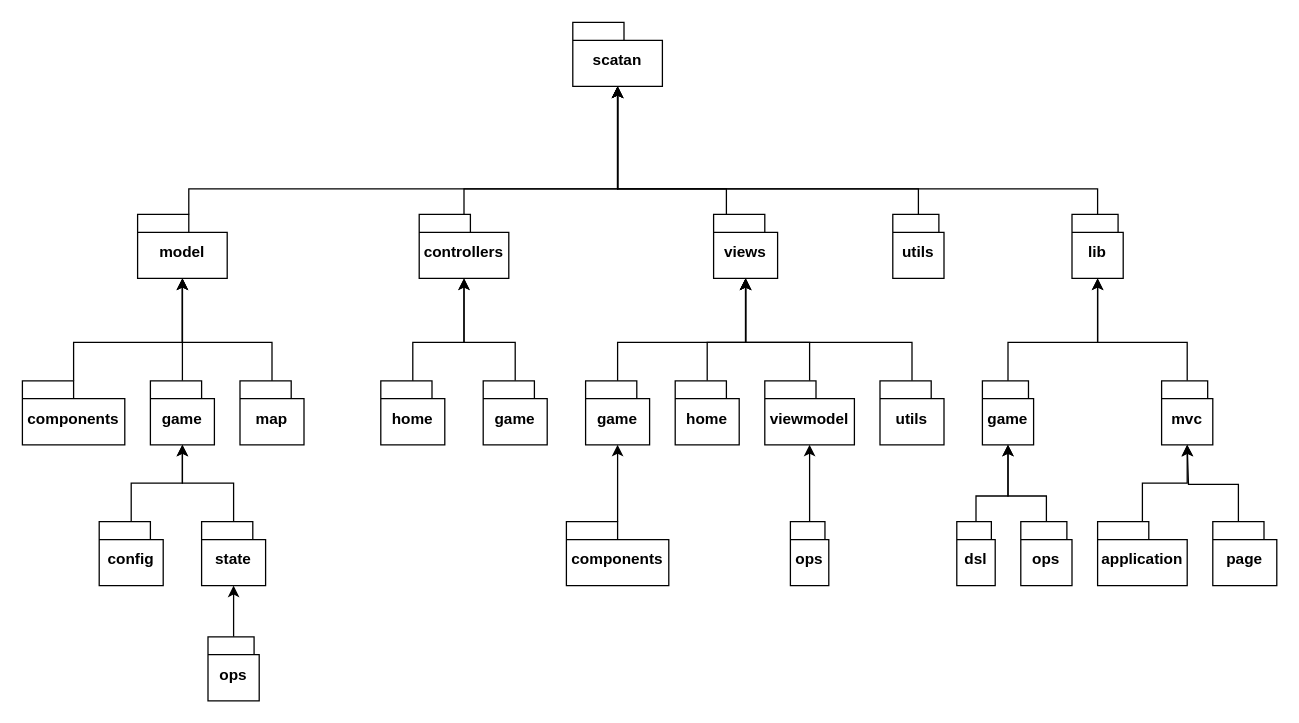
The draw.io diagram page "Packages" (4 of 7) of scatan.drawio in zucchero-sintattico/pps-22-scatan, before the edit. Source tidied: cells renumbered, new cells numbered last; positions are measured from the earlier drawing's top-left corner, leaving out a move shared by most shapes. Both pictures are drawn from the tidied source at 128%, with x=0, y=0 at pixel (22, 22).
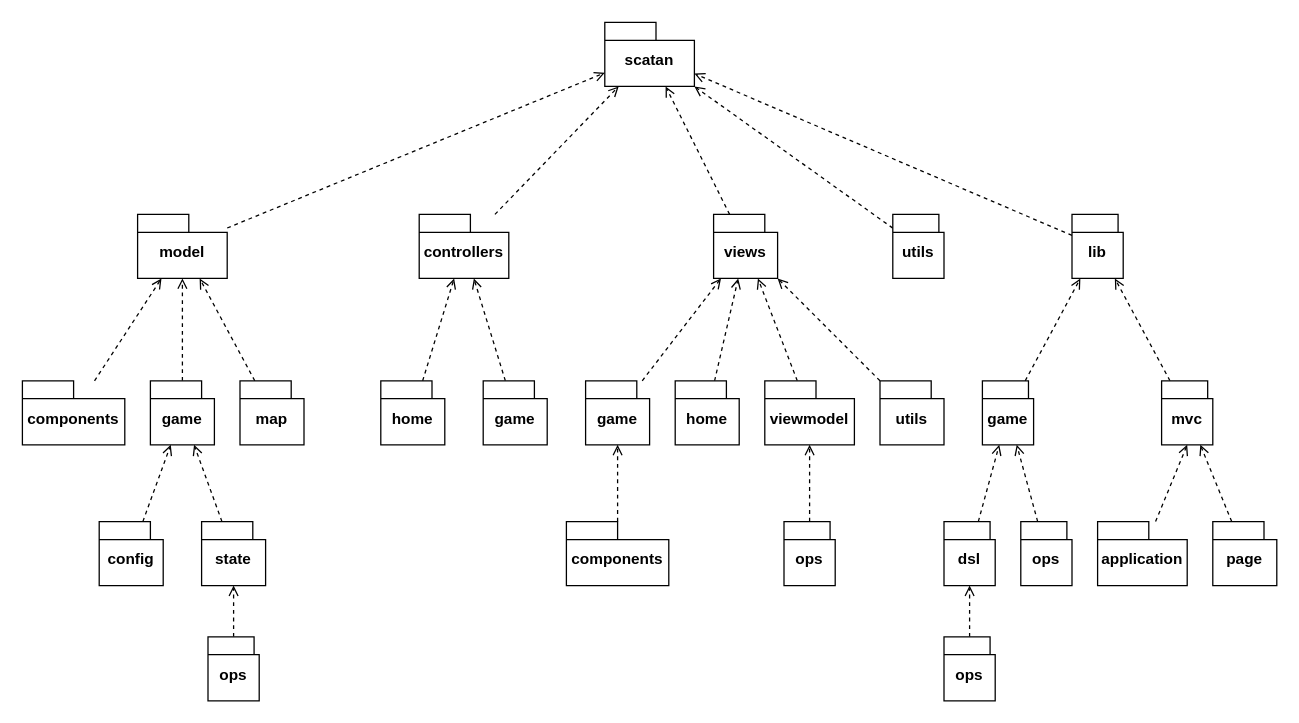
The same diagram, later.

The change refers to these unchanged cells:
```xml
<mxCell id="3" value="model" style="shape=folder;fontStyle=1;spacingTop=10;tabWidth=40;tabHeight=14;tabPosition=left;html=1;whiteSpace=wrap;" parent="1" vertex="1">
  <mxGeometry x="90" y="150" width="70" height="50" as="geometry" />
</mxCell>
<mxCell id="4" value="controllers" style="shape=folder;fontStyle=1;spacingTop=10;tabWidth=40;tabHeight=14;tabPosition=left;html=1;whiteSpace=wrap;" parent="1" vertex="1">
  <mxGeometry x="310" y="150" width="70" height="50" as="geometry" />
</mxCell>
<mxCell id="5" value="views" style="shape=folder;fontStyle=1;spacingTop=10;tabWidth=40;tabHeight=14;tabPosition=left;html=1;whiteSpace=wrap;" parent="1" vertex="1">
  <mxGeometry x="540" y="150" width="50" height="50" as="geometry" />
</mxCell>
<mxCell id="6" value="lib" style="shape=folder;fontStyle=1;spacingTop=10;tabWidth=40;tabHeight=14;tabPosition=left;html=1;whiteSpace=wrap;" parent="1" vertex="1">
  <mxGeometry x="820" y="150" width="40" height="50" as="geometry" />
</mxCell>
<mxCell id="7" value="utils" style="shape=folder;fontStyle=1;spacingTop=10;tabWidth=40;tabHeight=14;tabPosition=left;html=1;whiteSpace=wrap;" parent="1" vertex="1">
  <mxGeometry x="680" y="150" width="40" height="50" as="geometry" />
</mxCell>
<mxCell id="12" value="components" style="shape=folder;fontStyle=1;spacingTop=10;tabWidth=40;tabHeight=14;tabPosition=left;html=1;whiteSpace=wrap;" parent="1" vertex="1">
  <mxGeometry y="280" width="80" height="50" as="geometry" />
</mxCell>
<mxCell id="14" value="game" style="shape=folder;fontStyle=1;spacingTop=10;tabWidth=40;tabHeight=14;tabPosition=left;html=1;whiteSpace=wrap;" parent="1" vertex="1">
  <mxGeometry x="100" y="280" width="50" height="50" as="geometry" />
</mxCell>
<mxCell id="15" value="map" style="shape=folder;fontStyle=1;spacingTop=10;tabWidth=40;tabHeight=14;tabPosition=left;html=1;whiteSpace=wrap;" parent="1" vertex="1">
  <mxGeometry x="170" y="280" width="50" height="50" as="geometry" />
</mxCell>
<mxCell id="16" value="home" style="shape=folder;fontStyle=1;spacingTop=10;tabWidth=40;tabHeight=14;tabPosition=left;html=1;whiteSpace=wrap;" parent="1" vertex="1">
  <mxGeometry x="280" y="280" width="50" height="50" as="geometry" />
</mxCell>
<mxCell id="18" value="game" style="shape=folder;fontStyle=1;spacingTop=10;tabWidth=40;tabHeight=14;tabPosition=left;html=1;whiteSpace=wrap;" parent="1" vertex="1">
  <mxGeometry x="360" y="280" width="50" height="50" as="geometry" />
</mxCell>
<mxCell id="22" value="game" style="shape=folder;fontStyle=1;spacingTop=10;tabWidth=40;tabHeight=14;tabPosition=left;html=1;whiteSpace=wrap;" parent="1" vertex="1">
  <mxGeometry x="440" y="280" width="50" height="50" as="geometry" />
</mxCell>
<mxCell id="24" value="home" style="shape=folder;fontStyle=1;spacingTop=10;tabWidth=40;tabHeight=14;tabPosition=left;html=1;whiteSpace=wrap;" parent="1" vertex="1">
  <mxGeometry x="510" y="280" width="50" height="50" as="geometry" />
</mxCell>
<mxCell id="26" value="viewmodel" style="shape=folder;fontStyle=1;spacingTop=10;tabWidth=40;tabHeight=14;tabPosition=left;html=1;whiteSpace=wrap;" parent="1" vertex="1">
  <mxGeometry x="580" y="280" width="70" height="50" as="geometry" />
</mxCell>
<mxCell id="28" value="utils" style="shape=folder;fontStyle=1;spacingTop=10;tabWidth=40;tabHeight=14;tabPosition=left;html=1;whiteSpace=wrap;" parent="1" vertex="1">
  <mxGeometry x="670" y="280" width="50" height="50" as="geometry" />
</mxCell>
<mxCell id="30" value="game" style="shape=folder;fontStyle=1;spacingTop=10;tabWidth=40;tabHeight=14;tabPosition=left;html=1;whiteSpace=wrap;" parent="1" vertex="1">
  <mxGeometry x="750" y="280" width="40" height="50" as="geometry" />
</mxCell>
<mxCell id="32" value="mvc" style="shape=folder;fontStyle=1;spacingTop=10;tabWidth=40;tabHeight=14;tabPosition=left;html=1;whiteSpace=wrap;" parent="1" vertex="1">
  <mxGeometry x="890" y="280" width="40" height="50" as="geometry" />
</mxCell>
<mxCell id="37" value="ops" style="shape=folder;fontStyle=1;spacingTop=10;tabWidth=40;tabHeight=14;tabPosition=left;html=1;whiteSpace=wrap;" parent="1" vertex="1">
  <mxGeometry x="780" y="390" width="40" height="50" as="geometry" />
</mxCell>
<mxCell id="38" value="application" style="shape=folder;fontStyle=1;spacingTop=10;tabWidth=40;tabHeight=14;tabPosition=left;html=1;whiteSpace=wrap;" parent="1" vertex="1">
  <mxGeometry x="840" y="390" width="70" height="50" as="geometry" />
</mxCell>
<mxCell id="40" value="page" style="shape=folder;fontStyle=1;spacingTop=10;tabWidth=40;tabHeight=14;tabPosition=left;html=1;whiteSpace=wrap;" parent="1" vertex="1">
  <mxGeometry x="930" y="390" width="50" height="50" as="geometry" />
</mxCell>
<mxCell id="42" value="config" style="shape=folder;fontStyle=1;spacingTop=10;tabWidth=40;tabHeight=14;tabPosition=left;html=1;whiteSpace=wrap;" parent="1" vertex="1">
  <mxGeometry x="60" y="390" width="50" height="50" as="geometry" />
</mxCell>
<mxCell id="43" value="state" style="shape=folder;fontStyle=1;spacingTop=10;tabWidth=40;tabHeight=14;tabPosition=left;html=1;whiteSpace=wrap;" parent="1" vertex="1">
  <mxGeometry x="140" y="390" width="50" height="50" as="geometry" />
</mxCell>
<mxCell id="47" value="ops" style="shape=folder;fontStyle=1;spacingTop=10;tabWidth=40;tabHeight=14;tabPosition=left;html=1;whiteSpace=wrap;" parent="1" vertex="1">
  <mxGeometry x="145" y="480" width="40" height="50" as="geometry" />
</mxCell>
<mxCell id="49" value="components" style="shape=folder;fontStyle=1;spacingTop=10;tabWidth=40;tabHeight=14;tabPosition=left;html=1;whiteSpace=wrap;" parent="1" vertex="1">
  <mxGeometry x="425" y="390" width="80" height="50" as="geometry" />
</mxCell>
```

The edit, as a diff of the source:
```diff
@@
     <mxCell id="2" value="scatan" style="shape=folder;fontStyle=1;spacingTop=10;tabWidth=40;tabHeight=14;tabPosition=left;html=1;whiteSpace=wrap;" parent="1" vertex="1">
-      <mxGeometry x="430" width="70" height="50" as="geometry" />
+      <mxGeometry x="455" width="70" height="50" as="geometry" />
     </mxCell>
+    <mxCell id="8" style="rounded=0;jettySize=auto;html=1;dashed=1;endArrow=open;endFill=0;" parent="1" edge="1" source="3" target="2">
+      <mxGeometry relative="1" as="geometry" />
+    </mxCell>
@@
+    <mxCell id="9" style="rounded=0;jettySize=auto;html=1;dashed=1;endArrow=open;endFill=0;" parent="1" edge="1" source="4" target="2">
+      <mxGeometry relative="1" as="geometry" />
+    </mxCell>
@@
+    <mxCell id="10" style="rounded=0;jettySize=auto;html=1;dashed=1;endArrow=open;endFill=0;" parent="1" edge="1" source="5" target="2">
+      <mxGeometry relative="1" as="geometry" />
+    </mxCell>
@@
+    <mxCell id="11" style="rounded=0;jettySize=auto;html=1;dashed=1;endArrow=open;endFill=0;" parent="1" edge="1" source="6" target="2">
+      <mxGeometry relative="1" as="geometry" />
+    </mxCell>
@@
+    <mxCell id="50" style="rounded=0;jettySize=auto;html=1;dashed=1;endArrow=open;endFill=0;" parent="1" edge="1" source="7" target="2">
+      <mxGeometry relative="1" as="geometry" />
+    </mxCell>
@@
-    <mxCell id="8" style="edgeStyle=orthogonalEdgeStyle;rounded=0;jettySize=auto;html=1;entryX=0.5;entryY=1;entryDx=0;entryDy=0;entryPerimeter=0;" parent="1" edge="1" source="3" target="2">
-      <mxGeometry relative="1" as="geometry">
-        <Array as="points">
-          <mxPoint x="130" y="130" />
-          <mxPoint x="465" y="130" />
-        </Array>
-      </mxGeometry>
-    </mxCell>
-    <mxCell id="9" style="edgeStyle=orthogonalEdgeStyle;rounded=0;jettySize=auto;html=1;entryX=0.5;entryY=1;entryDx=0;entryDy=0;entryPerimeter=0;" parent="1" edge="1" source="4" target="2">
-      <mxGeometry relative="1" as="geometry">
-        <Array as="points">
-          <mxPoint x="345" y="130" />
-          <mxPoint x="465" y="130" />
-        </Array>
-      </mxGeometry>
-    </mxCell>
-    <mxCell id="10" style="edgeStyle=orthogonalEdgeStyle;rounded=0;jettySize=auto;html=1;entryX=0.5;entryY=1;entryDx=0;entryDy=0;entryPerimeter=0;" parent="1" edge="1" source="5" target="2">
-      <mxGeometry relative="1" as="geometry">
-        <Array as="points">
-          <mxPoint x="550" y="130" />
-          <mxPoint x="465" y="130" />
-        </Array>
-      </mxGeometry>
-    </mxCell>
-    <mxCell id="11" style="edgeStyle=orthogonalEdgeStyle;rounded=0;jettySize=auto;html=1;entryX=0.5;entryY=1;entryDx=0;entryDy=0;entryPerimeter=0;" parent="1" edge="1" source="6" target="2">
-      <mxGeometry relative="1" as="geometry">
-        <Array as="points">
-          <mxPoint x="840" y="130" />
-          <mxPoint x="465" y="130" />
-        </Array>
-      </mxGeometry>
-    </mxCell>
@@
-    <mxCell id="13" style="edgeStyle=orthogonalEdgeStyle;rounded=0;jettySize=auto;html=1;" parent="1" edge="1" source="14" target="3">
+    <mxCell id="13" style="rounded=0;jettySize=auto;html=1;dashed=1;endArrow=open;endFill=0;" parent="1" edge="1" source="14" target="3">
       <mxGeometry relative="1" as="geometry" />
     </mxCell>
@@
-    <mxCell id="17" style="edgeStyle=orthogonalEdgeStyle;rounded=0;jettySize=auto;html=1;" parent="1" edge="1" source="18" target="4">
-      <mxGeometry relative="1" as="geometry">
-        <Array as="points">
-          <mxPoint x="385" y="250" />
-          <mxPoint x="345" y="250" />
-        </Array>
-      </mxGeometry>
+    <mxCell id="17" style="rounded=0;jettySize=auto;html=1;endArrow=open;endFill=0;dashed=1;" parent="1" edge="1" source="18" target="4">
+      <mxGeometry relative="1" as="geometry" />
     </mxCell>
@@
-    <mxCell id="19" style="edgeStyle=orthogonalEdgeStyle;rounded=0;jettySize=auto;html=1;entryX=0.5;entryY=1;entryDx=0;entryDy=0;entryPerimeter=0;" parent="1" edge="1" source="16" target="4">
-      <mxGeometry relative="1" as="geometry">
-        <Array as="points">
-          <mxPoint x="305" y="250" />
-          <mxPoint x="345" y="250" />
-        </Array>
-      </mxGeometry>
+    <mxCell id="19" style="rounded=0;jettySize=auto;html=1;endArrow=open;endFill=0;dashed=1;" parent="1" edge="1" source="16" target="4">
+      <mxGeometry relative="1" as="geometry" />
     </mxCell>
-    <mxCell id="20" style="edgeStyle=orthogonalEdgeStyle;rounded=0;jettySize=auto;html=1;entryX=0.5;entryY=1;entryDx=0;entryDy=0;entryPerimeter=0;" parent="1" edge="1" source="12" target="3">
-      <mxGeometry relative="1" as="geometry">
-        <Array as="points">
-          <mxPoint x="40" y="250" />
-          <mxPoint x="125" y="250" />
-        </Array>
-      </mxGeometry>
+    <mxCell id="20" style="rounded=0;jettySize=auto;html=1;dashed=1;endArrow=open;endFill=0;" parent="1" edge="1" source="12" target="3">
+      <mxGeometry relative="1" as="geometry" />
     </mxCell>
-    <mxCell id="21" style="edgeStyle=orthogonalEdgeStyle;rounded=0;jettySize=auto;html=1;entryX=0.5;entryY=1;entryDx=0;entryDy=0;entryPerimeter=0;" parent="1" edge="1" source="15" target="3">
-      <mxGeometry relative="1" as="geometry">
-        <Array as="points">
-          <mxPoint x="195" y="250" />
-          <mxPoint x="125" y="250" />
-        </Array>
-      </mxGeometry>
+    <mxCell id="21" style="rounded=0;jettySize=auto;html=1;dashed=1;endArrow=open;endFill=0;" parent="1" edge="1" source="15" target="3">
+      <mxGeometry relative="1" as="geometry" />
     </mxCell>
+    <mxCell id="29" style="rounded=0;jettySize=auto;html=1;dashed=1;endArrow=open;endFill=0;" parent="1" edge="1" source="22" target="5">
+      <mxGeometry relative="1" as="geometry" />
+    </mxCell>
@@
-    <mxCell id="23" style="edgeStyle=orthogonalEdgeStyle;rounded=0;jettySize=auto;html=1;" parent="1" edge="1" source="24" target="5">
-      <mxGeometry relative="1" as="geometry">
-        <Array as="points">
-          <mxPoint x="535" y="250" />
-          <mxPoint x="565" y="250" />
-        </Array>
-      </mxGeometry>
+    <mxCell id="23" style="rounded=0;jettySize=auto;html=1;dashed=1;endArrow=open;endFill=0;" parent="1" edge="1" source="24" target="5">
+      <mxGeometry relative="1" as="geometry" />
     </mxCell>
@@
-    <mxCell id="25" style="edgeStyle=orthogonalEdgeStyle;rounded=0;jettySize=auto;html=1;" parent="1" edge="1" source="26" target="5">
-      <mxGeometry relative="1" as="geometry">
-        <Array as="points">
-          <mxPoint x="615" y="250" />
-          <mxPoint x="565" y="250" />
-        </Array>
-      </mxGeometry>
+    <mxCell id="25" style="rounded=0;jettySize=auto;html=1;dashed=1;endArrow=open;endFill=0;" parent="1" edge="1" source="26" target="5">
+      <mxGeometry relative="1" as="geometry" />
     </mxCell>
@@
-    <mxCell id="27" style="edgeStyle=orthogonalEdgeStyle;rounded=0;jettySize=auto;html=1;" parent="1" edge="1" source="28" target="5">
-      <mxGeometry relative="1" as="geometry">
-        <Array as="points">
-          <mxPoint x="695" y="250" />
-          <mxPoint x="565" y="250" />
-        </Array>
-      </mxGeometry>
+    <mxCell id="27" style="rounded=0;jettySize=auto;html=1;dashed=1;endArrow=open;endFill=0;" parent="1" edge="1" source="28" target="5">
+      <mxGeometry relative="1" as="geometry" />
     </mxCell>
@@
-    <mxCell id="29" style="edgeStyle=orthogonalEdgeStyle;rounded=0;jettySize=auto;html=1;entryX=0.5;entryY=1;entryDx=0;entryDy=0;entryPerimeter=0;" parent="1" edge="1" source="22" target="5">
-      <mxGeometry relative="1" as="geometry">
-        <Array as="points">
-          <mxPoint x="465" y="250" />
-          <mxPoint x="565" y="250" />
-        </Array>
-      </mxGeometry>
-    </mxCell>
@@
-    <mxCell id="31" style="edgeStyle=orthogonalEdgeStyle;rounded=0;jettySize=auto;html=1;" parent="1" edge="1" source="32" target="6">
-      <mxGeometry relative="1" as="geometry">
-        <Array as="points">
-          <mxPoint x="910" y="250" />
-          <mxPoint x="840" y="250" />
-        </Array>
-      </mxGeometry>
+    <mxCell id="31" style="rounded=0;jettySize=auto;html=1;dashed=1;endArrow=open;endFill=0;" parent="1" edge="1" source="32" target="6">
+      <mxGeometry relative="1" as="geometry" />
     </mxCell>
@@
-    <mxCell id="33" style="edgeStyle=orthogonalEdgeStyle;rounded=0;jettySize=auto;html=1;" parent="1" edge="1" source="30" target="6">
-      <mxGeometry relative="1" as="geometry">
-        <Array as="points">
-          <mxPoint x="770" y="250" />
-          <mxPoint x="840" y="250" />
-        </Array>
-      </mxGeometry>
+    <mxCell id="33" style="rounded=0;jettySize=auto;html=1;dashed=1;endArrow=open;endFill=0;" parent="1" edge="1" source="30" target="6">
+      <mxGeometry relative="1" as="geometry" />
     </mxCell>
-    <mxCell id="34" style="edgeStyle=orthogonalEdgeStyle;rounded=0;jettySize=auto;html=1;" parent="1" edge="1" source="35" target="30">
-      <mxGeometry relative="1" as="geometry">
-        <Array as="points">
-          <mxPoint x="745" y="370" />
-          <mxPoint x="770" y="370" />
-        </Array>
-      </mxGeometry>
+    <mxCell id="34" style="rounded=0;jettySize=auto;html=1;dashed=1;endArrow=open;endFill=0;" parent="1" edge="1" source="35" target="30">
+      <mxGeometry relative="1" as="geometry" />
     </mxCell>
     <mxCell id="35" value="dsl" style="shape=folder;fontStyle=1;spacingTop=10;tabWidth=40;tabHeight=14;tabPosition=left;html=1;whiteSpace=wrap;" parent="1" vertex="1">
-      <mxGeometry x="730" y="390" width="30" height="50" as="geometry" />
+      <mxGeometry x="720" y="390" width="40" height="50" as="geometry" />
     </mxCell>
-    <mxCell id="36" style="edgeStyle=orthogonalEdgeStyle;rounded=0;jettySize=auto;html=1;" parent="1" edge="1" source="37" target="30">
-      <mxGeometry relative="1" as="geometry">
-        <Array as="points">
-          <mxPoint x="800" y="370" />
-          <mxPoint x="770" y="370" />
-        </Array>
-      </mxGeometry>
+    <mxCell id="36" style="rounded=0;jettySize=auto;html=1;dashed=1;endArrow=open;endFill=0;" parent="1" edge="1" source="37" target="30">
+      <mxGeometry relative="1" as="geometry" />
     </mxCell>
@@
-    <mxCell id="39" style="edgeStyle=orthogonalEdgeStyle;rounded=0;jettySize=auto;html=1;" parent="1" edge="1" source="40">
-      <mxGeometry relative="1" as="geometry">
-        <mxPoint x="910" y="330" as="targetPoint" />
-        <Array as="points">
-          <mxPoint x="950" y="361" />
-          <mxPoint x="911" y="361" />
-        </Array>
-      </mxGeometry>
-    </mxCell>
+    <mxCell id="53" style="rounded=0;jettySize=auto;html=1;dashed=1;endArrow=open;endFill=0;" parent="1" edge="1" source="40" target="32">
+      <mxGeometry relative="1" as="geometry" />
+    </mxCell>
@@
-    <mxCell id="41" style="edgeStyle=orthogonalEdgeStyle;rounded=0;jettySize=auto;html=1;entryX=0.5;entryY=1;entryDx=0;entryDy=0;entryPerimeter=0;" parent="1" edge="1" source="38" target="32">
+    <mxCell id="41" style="rounded=0;jettySize=auto;html=1;entryX=0.5;entryY=1;entryDx=0;entryDy=0;entryPerimeter=0;dashed=1;endArrow=open;endFill=0;" parent="1" edge="1" source="38" target="32">
       <mxGeometry relative="1" as="geometry" />
     </mxCell>
@@
-    <mxCell id="44" style="edgeStyle=orthogonalEdgeStyle;rounded=0;jettySize=auto;html=1;entryX=0.5;entryY=1;entryDx=0;entryDy=0;entryPerimeter=0;" parent="1" edge="1" source="42" target="14">
+    <mxCell id="44" style="rounded=0;jettySize=auto;html=1;dashed=1;endArrow=open;endFill=0;" parent="1" edge="1" source="42" target="14">
       <mxGeometry relative="1" as="geometry" />
     </mxCell>
-    <mxCell id="45" style="edgeStyle=orthogonalEdgeStyle;rounded=0;jettySize=auto;html=1;entryX=0.5;entryY=1;entryDx=0;entryDy=0;entryPerimeter=0;" parent="1" edge="1" source="43" target="14">
+    <mxCell id="45" style="rounded=0;jettySize=auto;html=1;dashed=1;endArrow=open;endFill=0;" parent="1" edge="1" source="43" target="14">
       <mxGeometry relative="1" as="geometry" />
     </mxCell>
-    <mxCell id="46" style="edgeStyle=orthogonalEdgeStyle;rounded=0;jettySize=auto;html=1;" parent="1" edge="1" source="47" target="43">
+    <mxCell id="46" style="rounded=0;jettySize=auto;html=1;dashed=1;endArrow=open;endFill=0;" parent="1" edge="1" source="47" target="43">
       <mxGeometry relative="1" as="geometry" />
     </mxCell>
@@
-    <mxCell id="48" style="edgeStyle=orthogonalEdgeStyle;rounded=0;jettySize=auto;html=1;" parent="1" edge="1" source="49" target="22">
+    <mxCell id="48" style="edgeStyle=orthogonalEdgeStyle;rounded=0;jettySize=auto;html=1;dashed=1;endArrow=open;endFill=0;" parent="1" edge="1" source="49" target="22">
       <mxGeometry relative="1" as="geometry" />
     </mxCell>
@@
-    <mxCell id="50" style="edgeStyle=orthogonalEdgeStyle;rounded=0;jettySize=auto;html=1;entryX=0.5;entryY=1;entryDx=0;entryDy=0;entryPerimeter=0;" parent="1" edge="1" source="7" target="2">
-      <mxGeometry relative="1" as="geometry">
-        <Array as="points">
-          <mxPoint x="700" y="130" />
-          <mxPoint x="465" y="130" />
-        </Array>
-      </mxGeometry>
-    </mxCell>
-    <mxCell id="51" style="edgeStyle=orthogonalEdgeStyle;rounded=0;jettySize=auto;html=1;" parent="1" edge="1" source="52" target="26">
+    <mxCell id="51" style="edgeStyle=orthogonalEdgeStyle;rounded=0;jettySize=auto;html=1;dashed=1;endArrow=open;endFill=0;" parent="1" edge="1" source="52" target="26">
       <mxGeometry relative="1" as="geometry" />
     </mxCell>
     <mxCell id="52" value="ops" style="shape=folder;fontStyle=1;spacingTop=10;tabWidth=40;tabHeight=14;tabPosition=left;html=1;whiteSpace=wrap;" parent="1" vertex="1">
-      <mxGeometry x="600" y="390" width="30" height="50" as="geometry" />
+      <mxGeometry x="595" y="390" width="40" height="50" as="geometry" />
     </mxCell>
+    <mxCell id="54" style="edgeStyle=orthogonalEdgeStyle;rounded=0;jettySize=auto;html=1;dashed=1;endArrow=open;endFill=0;" parent="1" edge="1" source="55" target="35">
+      <mxGeometry relative="1" as="geometry" />
+    </mxCell>
+    <mxCell id="55" value="ops" style="shape=folder;fontStyle=1;spacingTop=10;tabWidth=40;tabHeight=14;tabPosition=left;html=1;whiteSpace=wrap;" parent="1" vertex="1">
+      <mxGeometry x="720" y="480" width="40" height="50" as="geometry" />
+    </mxCell>
```
